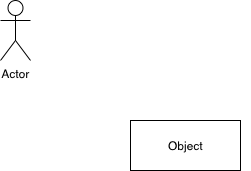
This is Documentation/DSLR_use_cases.drawio.png from jussihyva/DSLR, a draw.io export, as it was before one commit. Source tidied: cells renumbered, new cells last; positions are measured from the earlier drawing's top-left corner, leaving out a move shared by most shapes.
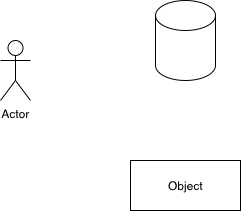
The same diagram one commit later.

Diff of the diagram source:
```diff
@@ -14,5 +14,8 @@
     <mxCell id="5" value="Actor" style="shape=umlActor;verticalLabelPosition=bottom;verticalAlign=top;html=1;rounded=0;sketch=0;" parent="1" vertex="1">
       <mxGeometry width="30" height="60" as="geometry" />
     </mxCell>
+    <mxCell id="6" style="shape=cylinder3;whiteSpace=wrap;html=1;boundedLbl=1;backgroundOutline=1;size=15;" parent="1" vertex="1">
+      <mxGeometry x="155" y="-40" width="60" height="80" as="geometry" />
+    </mxCell>
   </root>
 </mxGraphModel>
```
